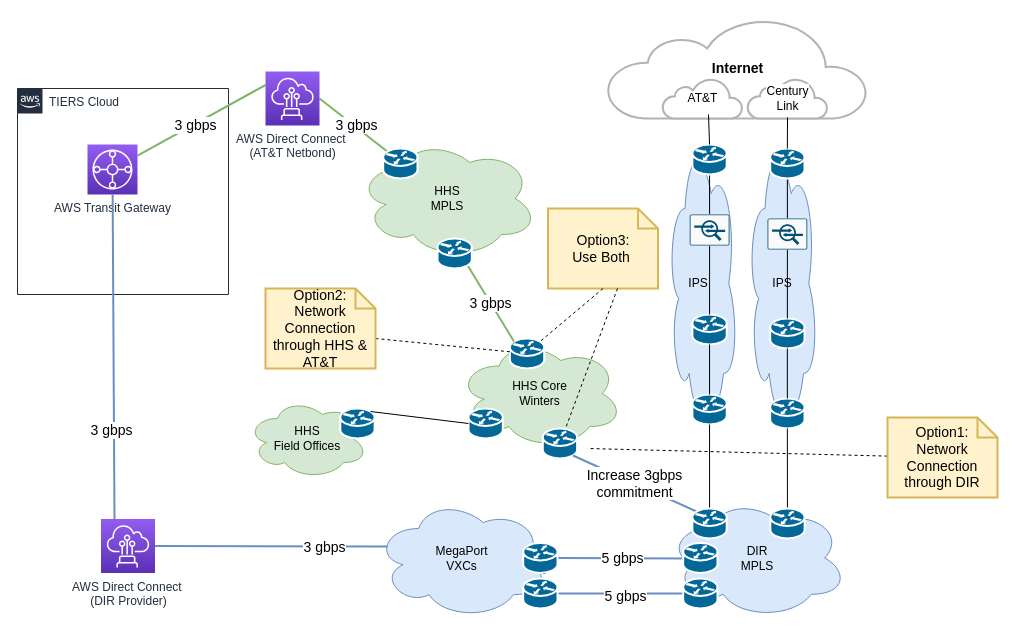
Above: page "TIERS networking" (3 of 3) of azure/private-resolver-prototype/docs/draw.io/private-resolver-prototype.drawio in scottmillers/Terraform (draw.io), before the change. Source tidied: cells renumbered, new cells numbered last; positions are measured from the earlier drawing's top-left corner, leaving out a move shared by most shapes. Both pictures are drawn from the tidied source at 100%, with x=0, y=0 at pixel (17, 18).
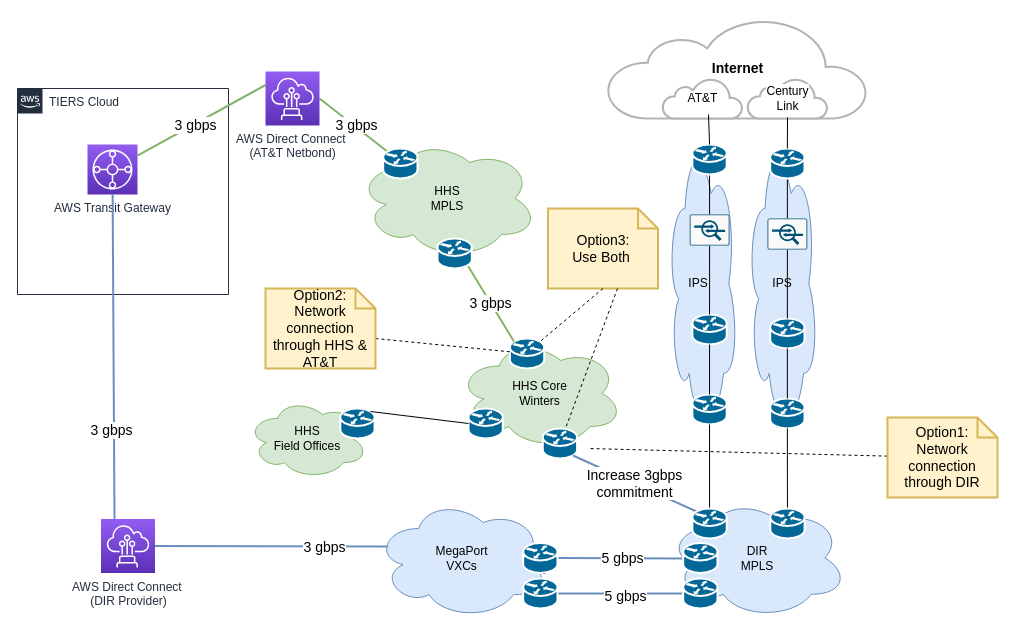
After the change.

Commit message:
diagram improvements

What changed in the source:
```diff
@@
-    <mxCell id="61" value="Option1: Network Connection through DIR" style="shape=note;strokeWidth=2;fontSize=14;size=20;whiteSpace=wrap;html=1;fillColor=#fff2cc;strokeColor=#d6b656;" parent="1" vertex="1">
+    <mxCell id="61" value="Option1: Network connection through DIR" style="shape=note;strokeWidth=2;fontSize=14;size=20;whiteSpace=wrap;html=1;fillColor=#fff2cc;strokeColor=#d6b656;" parent="1" vertex="1">
       <mxGeometry x="870" y="399" width="110" height="80" as="geometry" />
     </mxCell>
@@
-    <mxCell id="71" value="Option2: Network Connection through HHS &amp;amp; AT&amp;amp;T" style="shape=note;strokeWidth=2;fontSize=14;size=20;whiteSpace=wrap;html=1;fillColor=#fff2cc;strokeColor=#d6b656;" parent="1" vertex="1">
+    <mxCell id="71" value="Option2: Network connection through HHS &amp;amp; AT&amp;amp;T" style="shape=note;strokeWidth=2;fontSize=14;size=20;whiteSpace=wrap;html=1;fillColor=#fff2cc;strokeColor=#d6b656;" parent="1" vertex="1">
       <mxGeometry x="248" y="270" width="110" height="80" as="geometry" />
     </mxCell>
```
